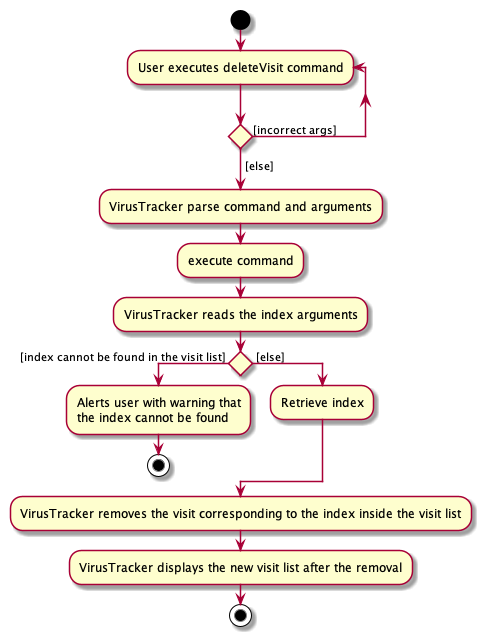
The PlantUML diagram docs/images/DeleteVisitActivityDiagram.png in siangernlow/tp, before a commit.
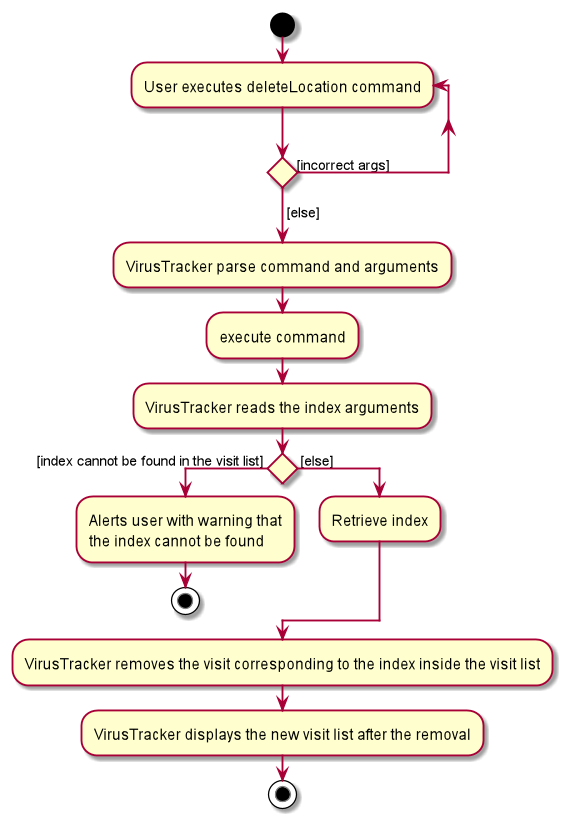
After the change.

Change to the diagram source:
```diff
@@ -2,7 +2,7 @@
 start
 
 
-repeat :User executes deleteVisit command;
+repeat :User executes deleteLocation command;
 repeat while () is ([incorrect args])
 ->[else];
 
```
